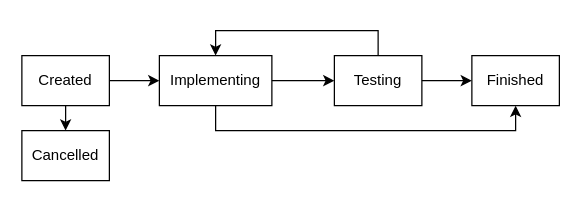
devos50/phd-thesis keeps this draw.io diagram as devid/resources/devid_project.drawio. Above is the earlier version. Source tidied: cells renumbered, new cells numbered last; positions are measured from the earlier drawing's top-left corner, leaving out a move shared by most shapes. Both pictures are drawn from the tidied source at 125%, with x=0, y=0 at pixel (21, 30).
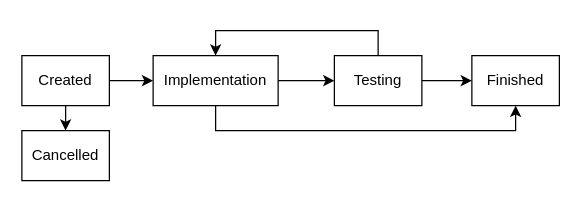
After the change.

Commit message (it also covers changes not shown here):
Small DevID polish

Diff of the diagram source:
```diff
@@
 <mxGraphModel>
   <root>
     <mxCell id="0" />
     <mxCell id="1" parent="0" />
     <mxCell id="2" value="Created" style="rounded=0;whiteSpace=wrap;html=1;" parent="1" vertex="1">
       <mxGeometry y="20" width="70" height="40" as="geometry" />
     </mxCell>
-    <mxCell id="3" value="Implementing" style="rounded=0;whiteSpace=wrap;html=1;" parent="1" vertex="1">
-      <mxGeometry x="110" y="20" width="90" height="40" as="geometry" />
+    <mxCell id="3" value="Implementation" style="rounded=0;whiteSpace=wrap;html=1;" parent="1" vertex="1">
+      <mxGeometry x="105" y="20" width="100" height="40" as="geometry" />
     </mxCell>
     <mxCell id="4" value="Testing" style="rounded=0;whiteSpace=wrap;html=1;" parent="1" vertex="1">
       <mxGeometry x="250" y="20" width="70" height="40" as="geometry" />
     </mxCell>
     <mxCell id="5" value="Finished" style="rounded=0;whiteSpace=wrap;html=1;" parent="1" vertex="1">
       <mxGeometry x="360" y="20" width="70" height="40" as="geometry" />
     </mxCell>
     <mxCell id="6" style="endArrow=classic;html=1;exitX=1;exitY=0.5;exitDx=0;exitDy=0;entryX=0;entryY=0.5;entryDx=0;entryDy=0;" parent="1" edge="1" source="2" target="3">
       <mxGeometry relative="1" as="geometry" />
     </mxCell>
     <mxCell id="7" value="Cancelled" style="rounded=0;whiteSpace=wrap;html=1;" parent="1" vertex="1">
       <mxGeometry y="80" width="70" height="40" as="geometry" />
     </mxCell>
     <mxCell id="8" style="endArrow=classic;html=1;exitX=0.5;exitY=1;exitDx=0;exitDy=0;entryX=0.5;entryY=0;entryDx=0;entryDy=0;" parent="1" edge="1" source="2" target="7">
       <mxGeometry relative="1" as="geometry" />
     </mxCell>
     <mxCell id="9" style="endArrow=classic;html=1;exitX=1;exitY=0.5;exitDx=0;exitDy=0;entryX=0;entryY=0.5;entryDx=0;entryDy=0;" parent="1" edge="1" source="3" target="4">
       <mxGeometry relative="1" as="geometry" />
     </mxCell>
     <mxCell id="10" style="endArrow=classic;html=1;exitX=1;exitY=0.5;exitDx=0;exitDy=0;entryX=0;entryY=0.5;entryDx=0;entryDy=0;" parent="1" edge="1" source="4" target="5">
       <mxGeometry relative="1" as="geometry" />
     </mxCell>
     <mxCell id="11" style="endArrow=classic;html=1;entryX=0.5;entryY=1;entryDx=0;entryDy=0;exitX=0.5;exitY=1;exitDx=0;exitDy=0;rounded=0;" parent="1" edge="1" source="3" target="5">
       <mxGeometry relative="1" as="geometry">
         <Array as="points">
           <mxPoint x="155" y="80" />
           <mxPoint x="395" y="80" />
         </Array>
       </mxGeometry>
     </mxCell>
     <mxCell id="12" style="endArrow=classic;html=1;exitX=0.5;exitY=0;exitDx=0;exitDy=0;entryX=0.5;entryY=0;entryDx=0;entryDy=0;rounded=0;" parent="1" edge="1" source="4" target="3">
       <mxGeometry relative="1" as="geometry">
         <Array as="points">
           <mxPoint x="285" />
           <mxPoint x="155" />
         </Array>
       </mxGeometry>
     </mxCell>
   </root>
 </mxGraphModel>
```
